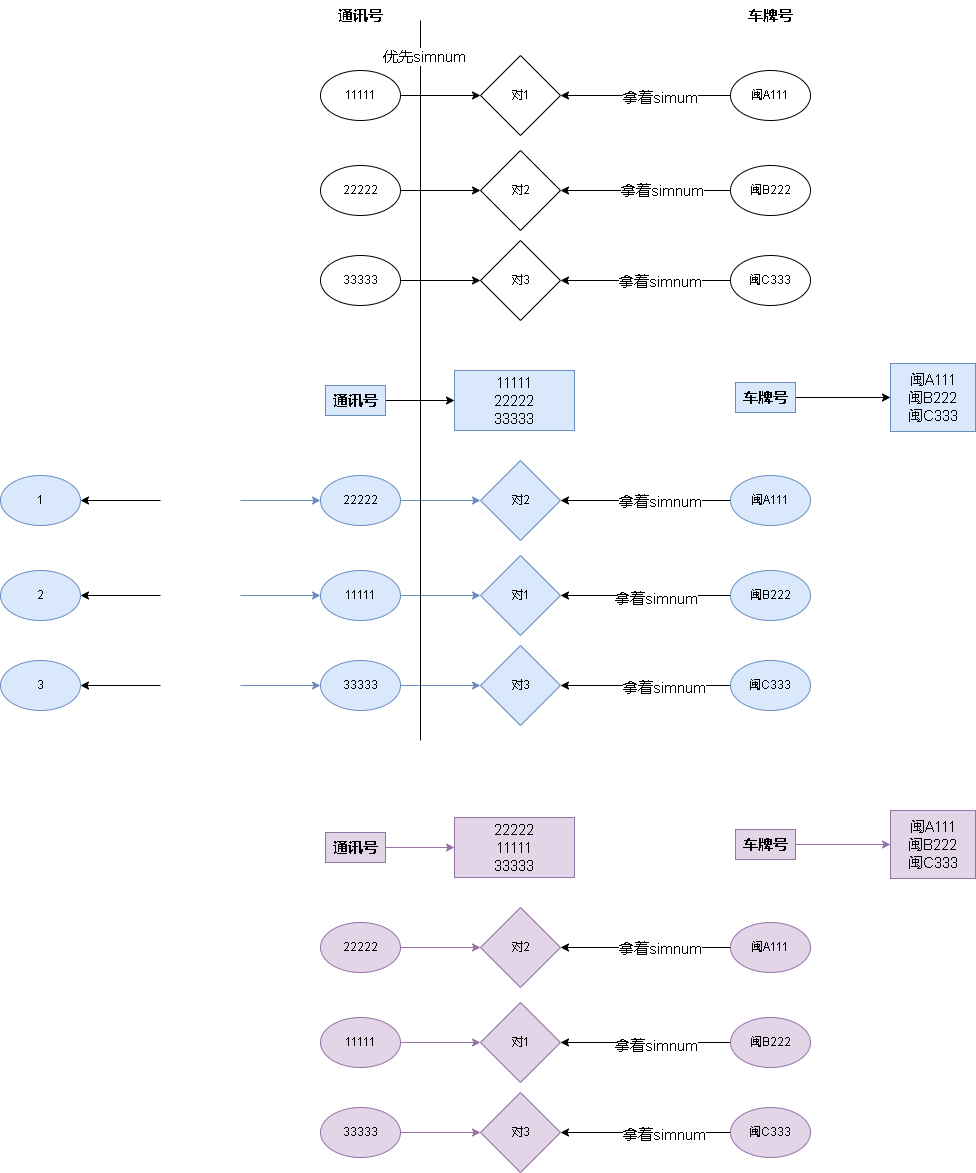
The draw.io diagram 车辆加载.drawio.png in xktder/draw, before a commit. Source tidied: cells renumbered, new cells last; positions are measured from the earlier drawing's top-left corner, leaving out a move shared by most shapes.
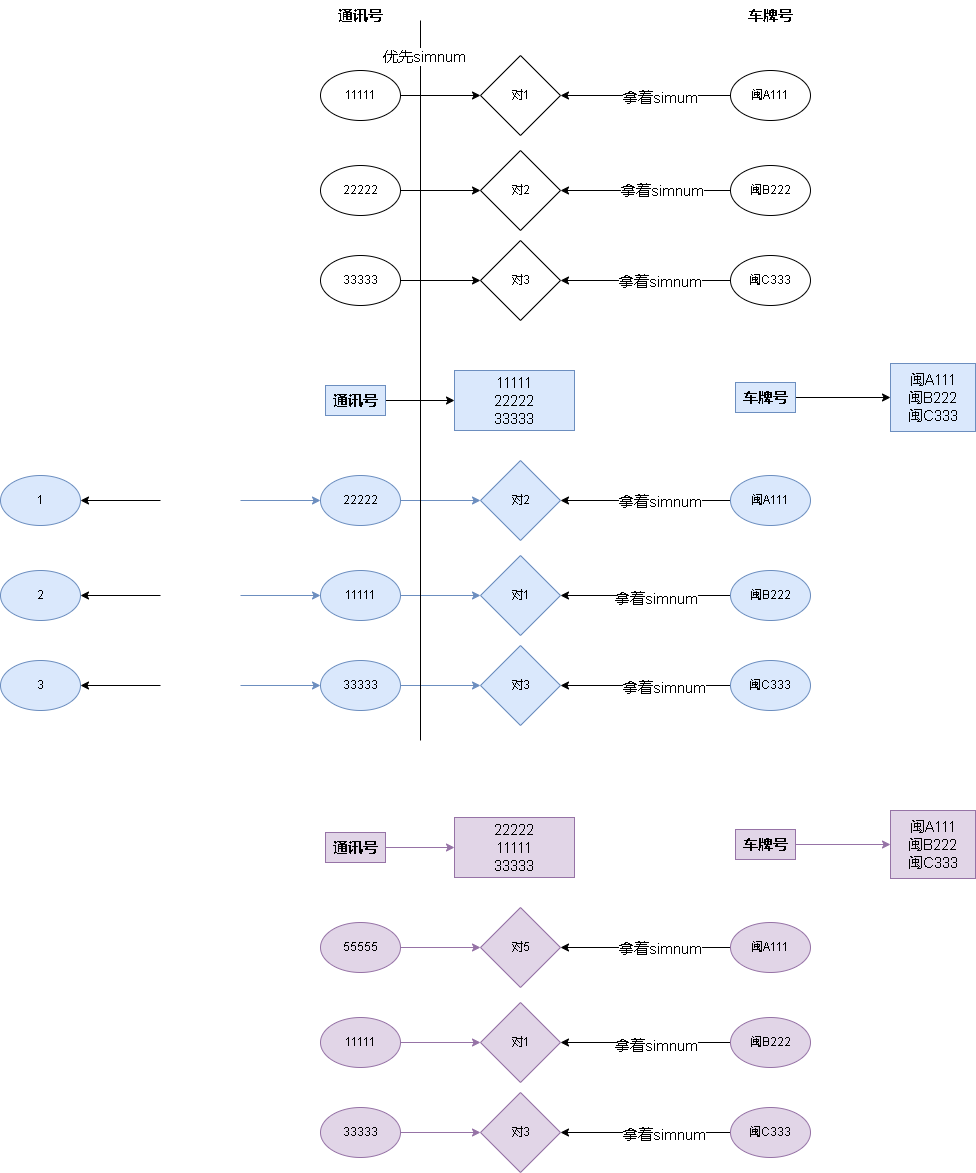
After the commit.

Commit message:
更新车辆加载.drawio.png

The edit, as a diff of the source:
```diff
@@ -185,7 +185,7 @@
     <mxCell id="57" style="edgeStyle=orthogonalEdgeStyle;rounded=0;jettySize=auto;html=1;fontSize=15;fillColor=#e1d5e7;strokeColor=#9673a6;" parent="1" edge="1" source="58" target="65">
       <mxGeometry relative="1" as="geometry" />
     </mxCell>
-    <mxCell id="58" value="22222" style="ellipse;whiteSpace=wrap;html=1;fillColor=#e1d5e7;strokeColor=#9673a6;" parent="1" vertex="1">
+    <mxCell id="58" value="55555" style="ellipse;whiteSpace=wrap;html=1;fillColor=#e1d5e7;strokeColor=#9673a6;" parent="1" vertex="1">
       <mxGeometry x="320" y="922" width="80" height="50" as="geometry" />
     </mxCell>
     <mxCell id="59" style="edgeStyle=orthogonalEdgeStyle;rounded=0;jettySize=auto;html=1;fontSize=15;fillColor=#e1d5e7;strokeColor=#9673a6;" parent="1" edge="1" source="60" target="66">
@@ -206,7 +206,7 @@
     <mxCell id="64" value="通讯号" style="text;html=1;strokeColor=#9673a6;fillColor=#e1d5e7;align=center;verticalAlign=middle;whiteSpace=wrap;rounded=0;fontStyle=1;fontSize=15;" parent="1" vertex="1">
       <mxGeometry x="325" y="832" width="60" height="30" as="geometry" />
     </mxCell>
-    <mxCell id="65" value="对2" style="rhombus;whiteSpace=wrap;html=1;fillColor=#e1d5e7;strokeColor=#9673a6;" parent="1" vertex="1">
+    <mxCell id="65" value="对5" style="rhombus;whiteSpace=wrap;html=1;fillColor=#e1d5e7;strokeColor=#9673a6;" parent="1" vertex="1">
       <mxGeometry x="480" y="907" width="80" height="80" as="geometry" />
     </mxCell>
     <mxCell id="66" value="对1" style="rhombus;whiteSpace=wrap;html=1;fillColor=#e1d5e7;strokeColor=#9673a6;" parent="1" vertex="1">
```
